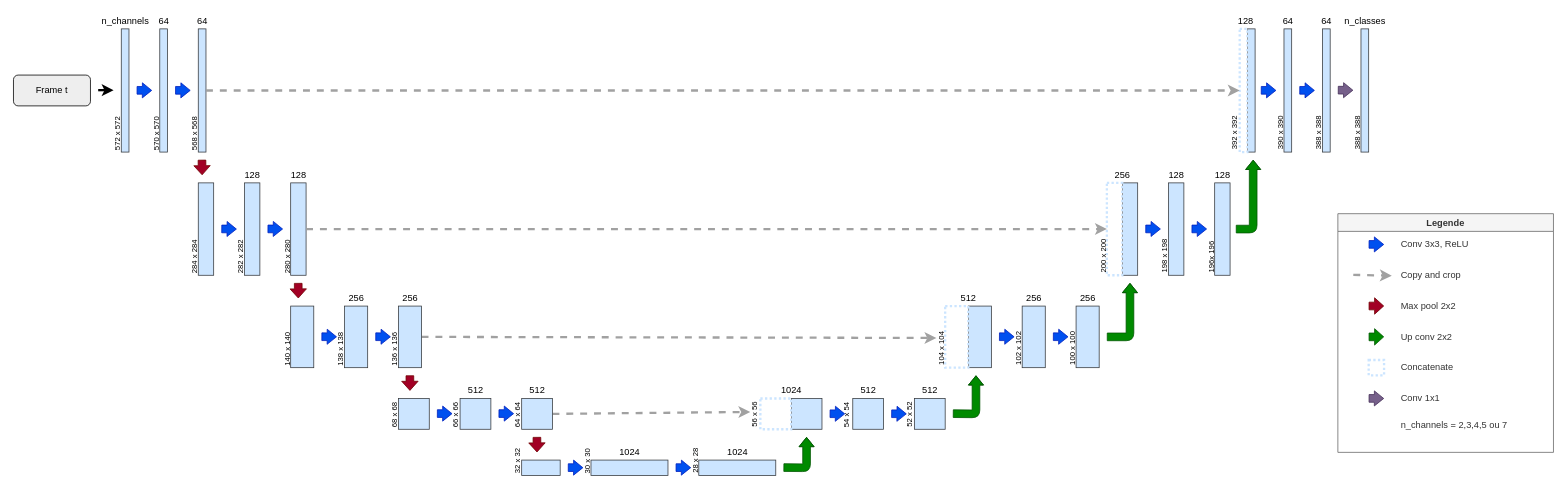
Before: page "U-Net basis" (2 of 7) of diagrams/unet.drawio in mirarzf/OF-tracker, a draw.io diagram. Source tidied: cells renumbered, new cells numbered last; positions are measured from the earlier drawing's top-left corner, leaving out a move shared by most shapes. Both pictures are drawn from the tidied source at 77%, with x=0, y=0 at pixel (13, 13).
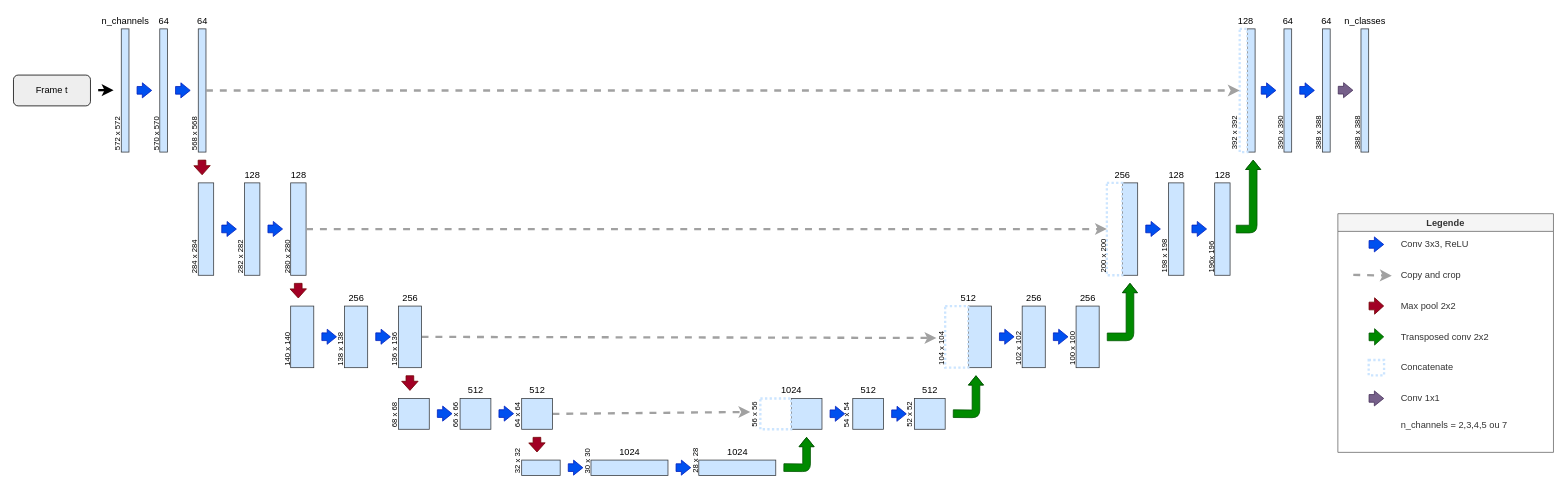
The same diagram, later.

Unchanged cells that the change refers to:
```xml
<mxCell id="48" value="Legende" style="swimlane;fillColor=#f5f5f5;fontColor=#333333;strokeColor=#666666;gradientColor=none;labelBackgroundColor=none;swimlaneLine=1;startSize=23;" parent="1" vertex="1">
  <mxGeometry x="1720" y="260" width="280" height="310" as="geometry" />
</mxCell>
```

What changed in the source:
```diff
@@
-    <mxCell id="56" value="Up conv 2x2" style="text;html=1;align=left;verticalAlign=middle;strokeColor=none;fillColor=none;fontColor=#333333;" parent="48" vertex="1">
-      <mxGeometry x="80" y="150" width="80" height="20" as="geometry" />
+    <mxCell id="56" value="Transposed conv 2x2" style="text;html=1;align=left;verticalAlign=middle;strokeColor=none;fillColor=none;fontColor=#333333;" parent="48" vertex="1">
+      <mxGeometry x="80" y="145" width="140" height="30" as="geometry" />
     </mxCell>
```
